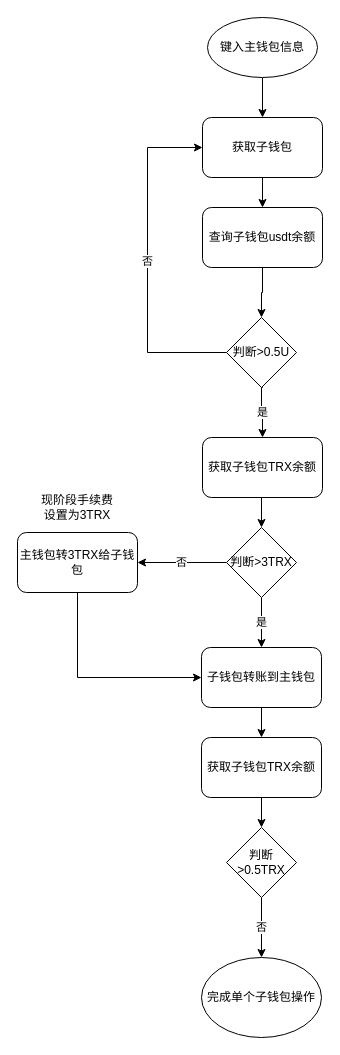
The draw.io diagram Tron sweep.drawio in bengalm/drawio, before the edit. Source tidied: cells renumbered, new cells numbered last; positions are measured from the earlier drawing's top-left corner, leaving out a move shared by most shapes. Both pictures are drawn from the tidied source at 100%, with x=0, y=0 at pixel (17, 17).
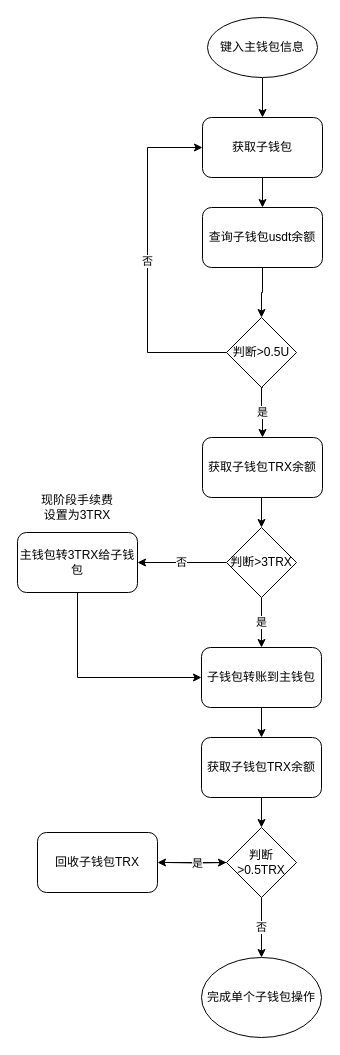
The same page after the edit.

Unchanged cells that the change refers to:
```xml
<mxCell id="22" value="判断&amp;gt;0.5TRX" style="rhombus;whiteSpace=wrap;html=1;" parent="1" vertex="1">
  <mxGeometry x="209" y="810" width="70" height="70" as="geometry" />
</mxCell>
```

Change to the diagram source:
```diff
@@
+    <mxCell id="27" style="edgeStyle=orthogonalEdgeStyle;rounded=0;jettySize=auto;html=1;entryX=1;entryY=0.5;entryDx=0;entryDy=0;" parent="1" edge="1" source="22" target="29">
+      <mxGeometry relative="1" as="geometry" />
+    </mxCell>
@@
+    <mxCell id="28" value="是" style="edgeStyle=orthogonalEdgeStyle;rounded=0;jettySize=auto;html=1;" parent="1" edge="1" target="22">
+      <mxGeometry relative="1" as="geometry">
+        <mxPoint x="150" y="845" as="sourcePoint" />
+      </mxGeometry>
+    </mxCell>
+    <mxCell id="29" value="回收子钱包TRX" style="rounded=1;whiteSpace=wrap;html=1;" parent="1" vertex="1">
+      <mxGeometry x="20" y="815" width="120" height="60" as="geometry" />
+    </mxCell>
```
